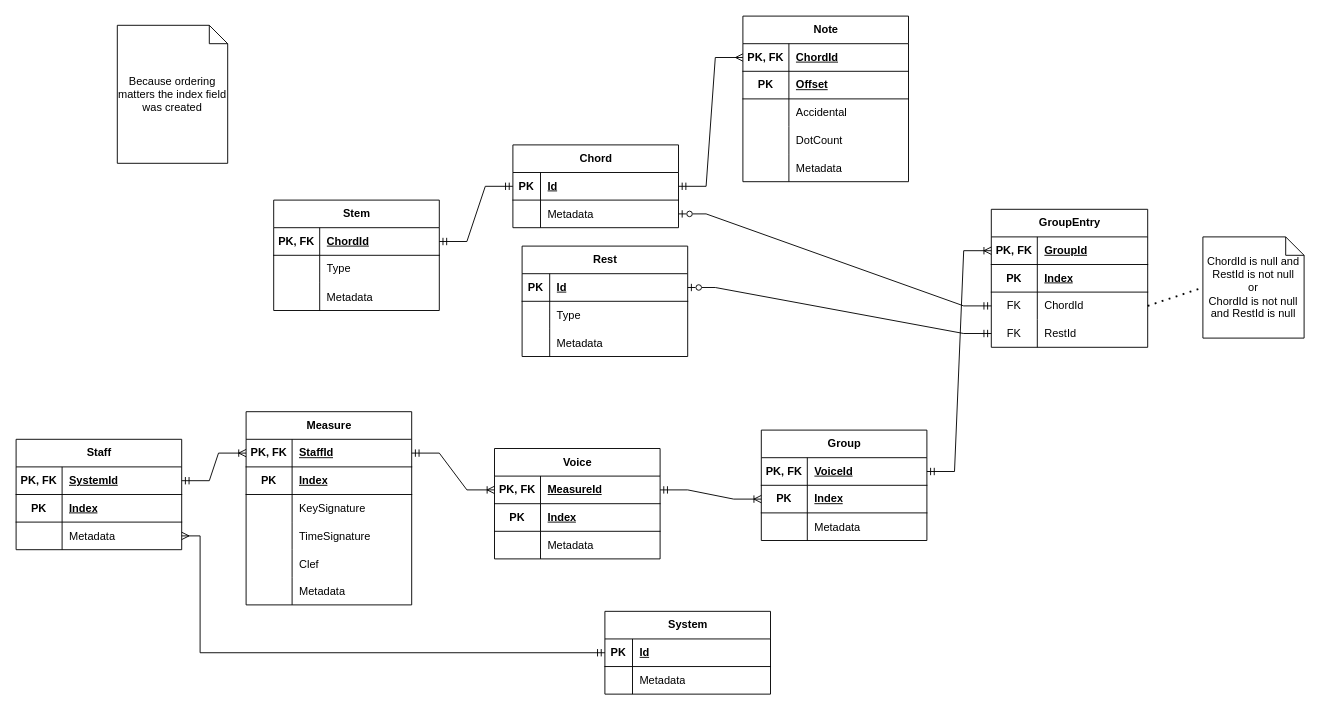
Above: documentation/diagrams/db_schema.drawio in MGreek/kme (draw.io), before the change. Source tidied: cells renumbered, new cells numbered last; positions are measured from the earlier drawing's top-left corner, leaving out a move shared by most shapes. Both pictures are drawn from the tidied source at 92%, with x=0, y=0 at pixel (16, 16).
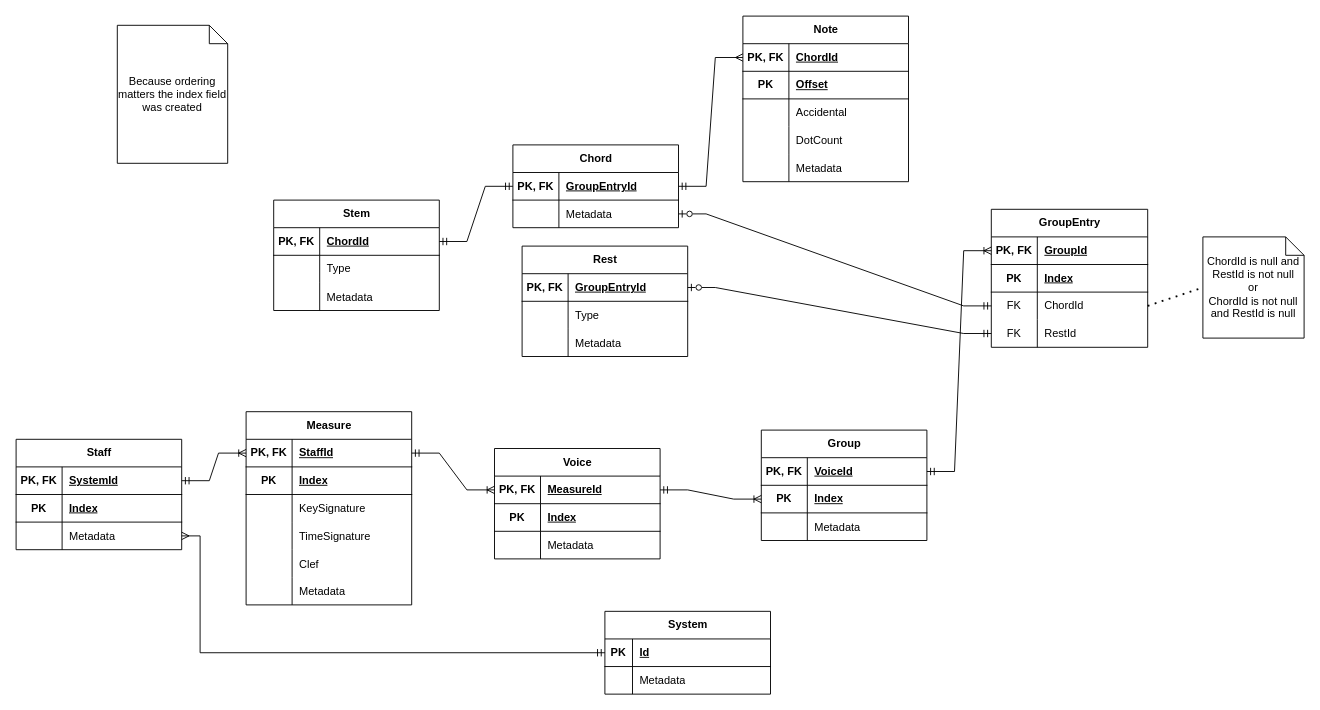
Above is the later version.

Commit message:
docs: fix some OneToOne relationships

The change refers to these unchanged cells:
```xml
<mxCell id="29" style="shape=tableRow;horizontal=0;startSize=0;swimlaneHead=0;swimlaneBody=0;fillColor=none;points=[[0,0.5],[1,0.5]];portConstraint=eastwest;top=0;left=0;right=0;bottom=1;" parent="28" vertex="1">
  <mxGeometry y="30" width="180" height="30" as="geometry" />
</mxCell>
<mxCell id="32" style="shape=tableRow;horizontal=0;startSize=0;swimlaneHead=0;swimlaneBody=0;fillColor=none;top=0;left=0;right=0;bottom=0;" parent="28" vertex="1">
  <mxGeometry y="60" width="180" height="30" as="geometry" />
</mxCell>
<mxCell id="35" style="shape=tableRow;horizontal=0;startSize=0;swimlaneHead=0;swimlaneBody=0;fillColor=none;top=0;left=0;right=0;bottom=0;" parent="28" vertex="1">
  <mxGeometry y="90" width="180" height="30" as="geometry" />
</mxCell>
<mxCell id="64" style="shape=tableRow;horizontal=0;startSize=0;swimlaneHead=0;swimlaneBody=0;fillColor=none;points=[[0,0.5],[1,0.5]];portConstraint=eastwest;top=0;left=0;right=0;bottom=1;" parent="63" vertex="1">
  <mxGeometry y="30" width="180" height="30" as="geometry" />
</mxCell>
<mxCell id="67" style="shape=tableRow;horizontal=0;startSize=0;swimlaneHead=0;swimlaneBody=0;fillColor=none;points=[[0,0.5],[1,0.5]];portConstraint=eastwest;top=0;left=0;right=0;bottom=0;" parent="63" vertex="1">
  <mxGeometry y="60" width="180" height="30" as="geometry" />
</mxCell>
```

Change to the diagram source:
```diff
@@
-    <mxCell id="30" value="PK" style="shape=partialRectangle;fillColor=none;top=0;left=0;bottom=0;right=0;fontStyle=1;overflow=hidden;whiteSpace=wrap;html=1;" parent="29" vertex="1">
-      <mxGeometry width="30" height="30" as="geometry" />
+    <mxCell id="30" value="PK, FK" style="shape=partialRectangle;fillColor=none;top=0;left=0;bottom=0;right=0;fontStyle=1;overflow=hidden;whiteSpace=wrap;html=1;" parent="29" vertex="1">
+      <mxGeometry width="50" height="30" as="geometry" />
     </mxCell>
-    <mxCell id="31" value="Id" style="shape=partialRectangle;fillColor=none;top=0;left=0;bottom=0;right=0;align=left;spacingLeft=6;fontStyle=5;overflow=hidden;whiteSpace=wrap;html=1;" parent="29" vertex="1">
-      <mxGeometry x="30" width="150" height="30" as="geometry" />
+    <mxCell id="31" value="GroupEntryId" style="shape=partialRectangle;fillColor=none;top=0;left=0;bottom=0;right=0;align=left;spacingLeft=6;fontStyle=5;overflow=hidden;whiteSpace=wrap;html=1;" parent="29" vertex="1">
+      <mxGeometry x="50" width="130" height="30" as="geometry" />
     </mxCell>
@@
     <mxCell id="33" style="shape=partialRectangle;fillColor=none;top=0;left=0;bottom=0;right=0;overflow=hidden;" parent="32" vertex="1">
-      <mxGeometry width="30" height="30" as="geometry" />
+      <mxGeometry width="50" height="30" as="geometry" />
     </mxCell>
     <mxCell id="34" value="Type" style="shape=partialRectangle;fillColor=none;top=0;left=0;bottom=0;right=0;align=left;spacingLeft=6;overflow=hidden;" parent="32" vertex="1">
-      <mxGeometry x="30" width="150" height="30" as="geometry" />
+      <mxGeometry x="50" width="130" height="30" as="geometry" />
     </mxCell>
@@
     <mxCell id="36" style="shape=partialRectangle;fillColor=none;top=0;left=0;bottom=0;right=0;overflow=hidden;" parent="35" vertex="1">
-      <mxGeometry width="30" height="30" as="geometry" />
+      <mxGeometry width="50" height="30" as="geometry" />
     </mxCell>
     <mxCell id="37" value="Metadata" style="shape=partialRectangle;fillColor=none;top=0;left=0;bottom=0;right=0;align=left;spacingLeft=6;overflow=hidden;" parent="35" vertex="1">
-      <mxGeometry x="30" width="150" height="30" as="geometry" />
+      <mxGeometry x="50" width="130" height="30" as="geometry" />
     </mxCell>
@@
-    <mxCell id="65" value="PK" style="shape=partialRectangle;fillColor=none;top=0;left=0;bottom=0;right=0;fontStyle=1;overflow=hidden;whiteSpace=wrap;html=1;" parent="64" vertex="1">
-      <mxGeometry width="30" height="30" as="geometry" />
+    <mxCell id="65" value="PK, FK" style="shape=partialRectangle;fillColor=none;top=0;left=0;bottom=0;right=0;fontStyle=1;overflow=hidden;whiteSpace=wrap;html=1;" parent="64" vertex="1">
+      <mxGeometry width="50" height="30" as="geometry" />
     </mxCell>
-    <mxCell id="66" value="Id" style="shape=partialRectangle;fillColor=none;top=0;left=0;bottom=0;right=0;align=left;spacingLeft=6;fontStyle=5;overflow=hidden;whiteSpace=wrap;html=1;" parent="64" vertex="1">
-      <mxGeometry x="30" width="150" height="30" as="geometry" />
+    <mxCell id="66" value="GroupEntryId" style="shape=partialRectangle;fillColor=none;top=0;left=0;bottom=0;right=0;align=left;spacingLeft=6;fontStyle=5;overflow=hidden;whiteSpace=wrap;html=1;" parent="64" vertex="1">
+      <mxGeometry x="50" width="130" height="30" as="geometry" />
     </mxCell>
@@
     <mxCell id="68" style="shape=partialRectangle;fillColor=none;top=0;left=0;bottom=0;right=0;overflow=hidden;" parent="67" vertex="1">
-      <mxGeometry width="30" height="30" as="geometry" />
+      <mxGeometry width="50" height="30" as="geometry" />
     </mxCell>
     <mxCell id="69" value="Metadata" style="shape=partialRectangle;fillColor=none;top=0;left=0;bottom=0;right=0;align=left;spacingLeft=6;overflow=hidden;" parent="67" vertex="1">
-      <mxGeometry x="30" width="150" height="30" as="geometry" />
+      <mxGeometry x="50" width="130" height="30" as="geometry" />
     </mxCell>
```
